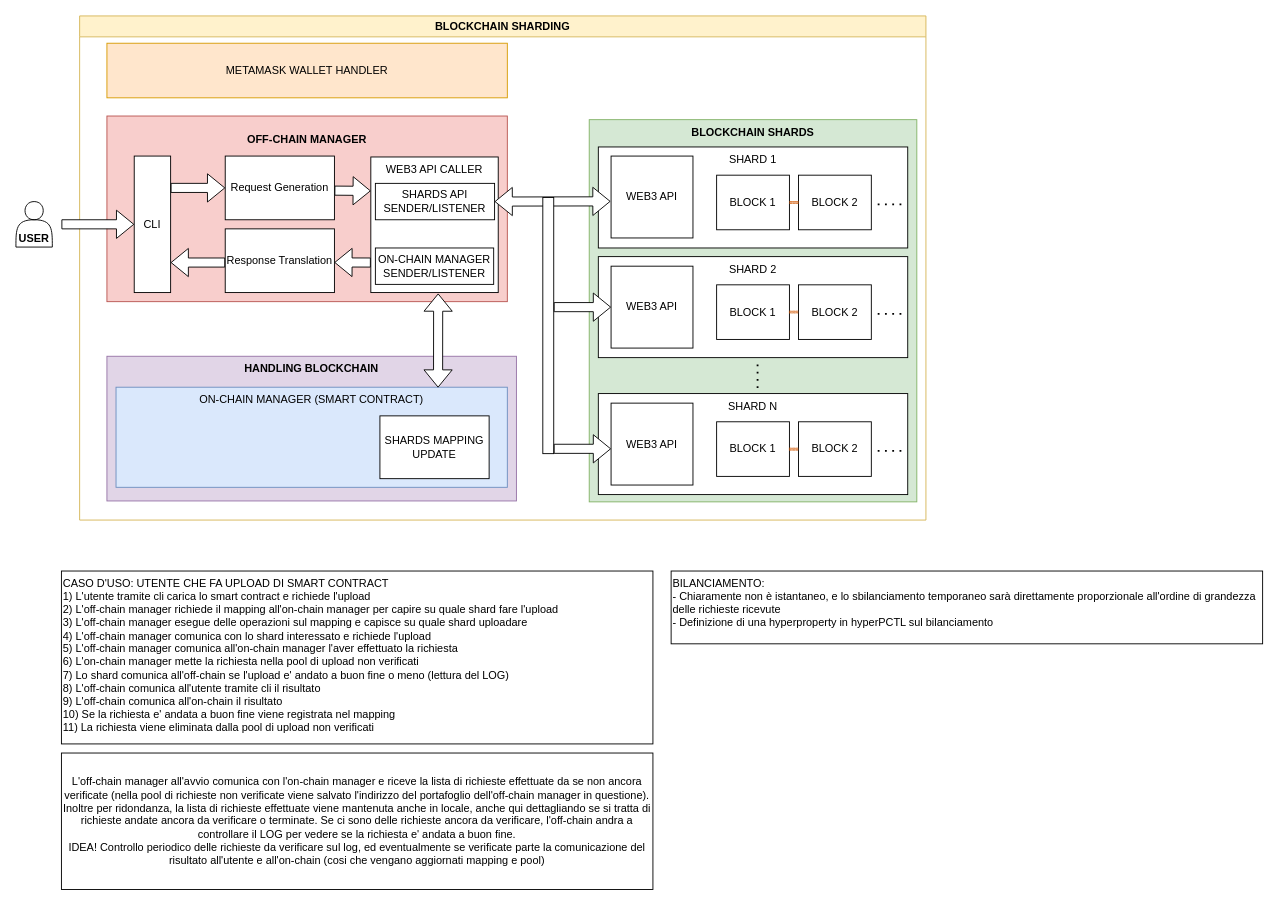
Earlier version of the draw.io diagram page "Architettura" (2 of 2) of classdiag_architecture.drawio (AriannaRonci/Librachain). Source tidied: cells renumbered, new cells numbered last; positions are measured from the earlier drawing's top-left corner, leaving out a move shared by most shapes. Both pictures are drawn from the tidied source at 91%, with x=0, y=0 at pixel (15, 15).
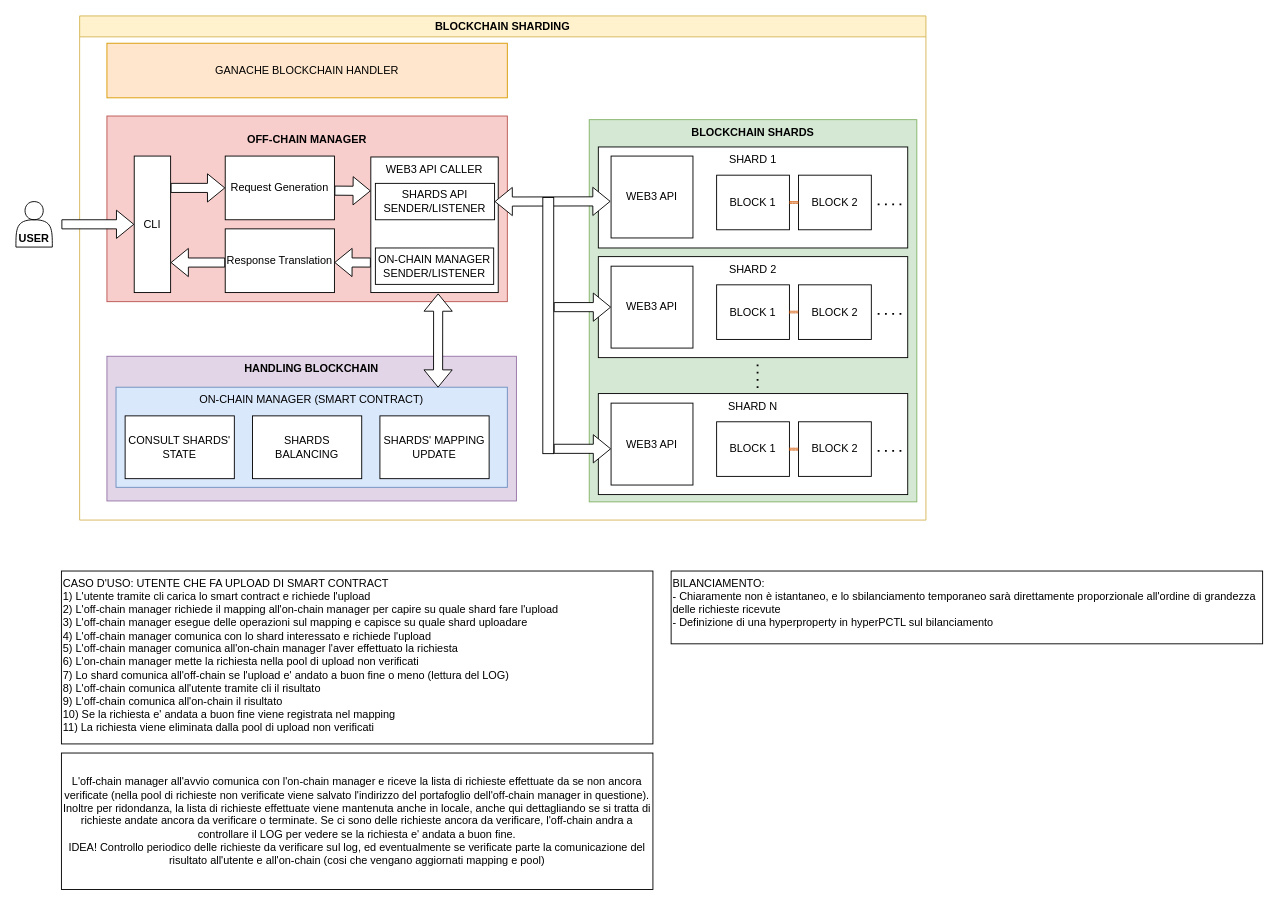
The same page after the edit.

Diff of the diagram source:
```diff
@@
-    <mxCell id="2" value="BLOCKCHAIN SHARDING" style="swimlane;swimlaneFillColor=default;fillColor=#fff2cc;strokeColor=#d6b656;" parent="1" vertex="1">
+    <mxCell id="2" value="BLOCKCHAIN SHARDING" style="swimlane;swimlaneFillColor=none;fillColor=#fff2cc;strokeColor=#d6b656;" parent="1" vertex="1">
       <mxGeometry x="70" width="930" height="554" as="geometry" />
     </mxCell>
-    <mxCell id="3" value="METAMASK WALLET HANDLER" style="rounded=0;whiteSpace=wrap;html=1;fillColor=#ffe6cc;strokeColor=#d79b00;" parent="2" vertex="1">
+    <mxCell id="3" value="GANACHE BLOCKCHAIN HANDLER" style="rounded=0;whiteSpace=wrap;html=1;fillColor=#ffe6cc;strokeColor=#d79b00;" parent="2" vertex="1">
       <mxGeometry x="30" y="30" width="440" height="60" as="geometry" />
     </mxCell>
@@
-    <mxCell id="33" value="SHARDS MAPPING&lt;br&gt;UPDATE" style="rounded=0;whiteSpace=wrap;html=1;" parent="1" vertex="1">
+    <mxCell id="33" value="SHARDS' MAPPING&lt;br&gt;UPDATE" style="rounded=0;whiteSpace=wrap;html=1;" parent="1" vertex="1">
       <mxGeometry x="400" y="439.5" width="120" height="69" as="geometry" />
     </mxCell>
@@
+    <mxCell id="48" value="SHARDS BALANCING" style="rounded=0;whiteSpace=wrap;html=1;" parent="1" vertex="1">
+      <mxGeometry x="260" y="439.5" width="120" height="69" as="geometry" />
+    </mxCell>
+    <mxCell id="49" value="CONSULT SHARDS' STATE" style="rounded=0;whiteSpace=wrap;html=1;" parent="1" vertex="1">
+      <mxGeometry x="120" y="439.5" width="120" height="69" as="geometry" />
+    </mxCell>
```
